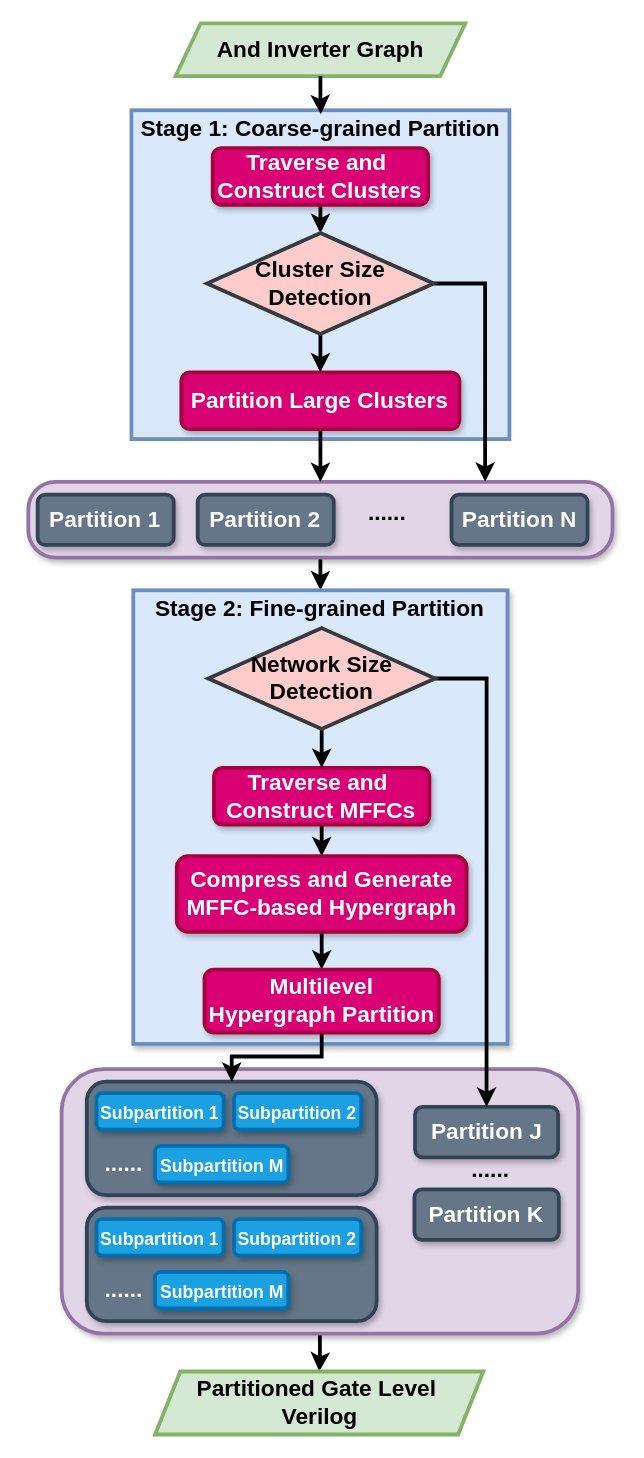
kxzhu0505/LogicSynOpt keeps this draw.io diagram as PartitionFlow.drawio. Above is the earlier version. Source tidied: cells renumbered, new cells numbered last; positions are measured from the earlier drawing's top-left corner, leaving out a move shared by most shapes. Both pictures are drawn from the tidied source at 126%, with x=0, y=0 at pixel (28, 23).
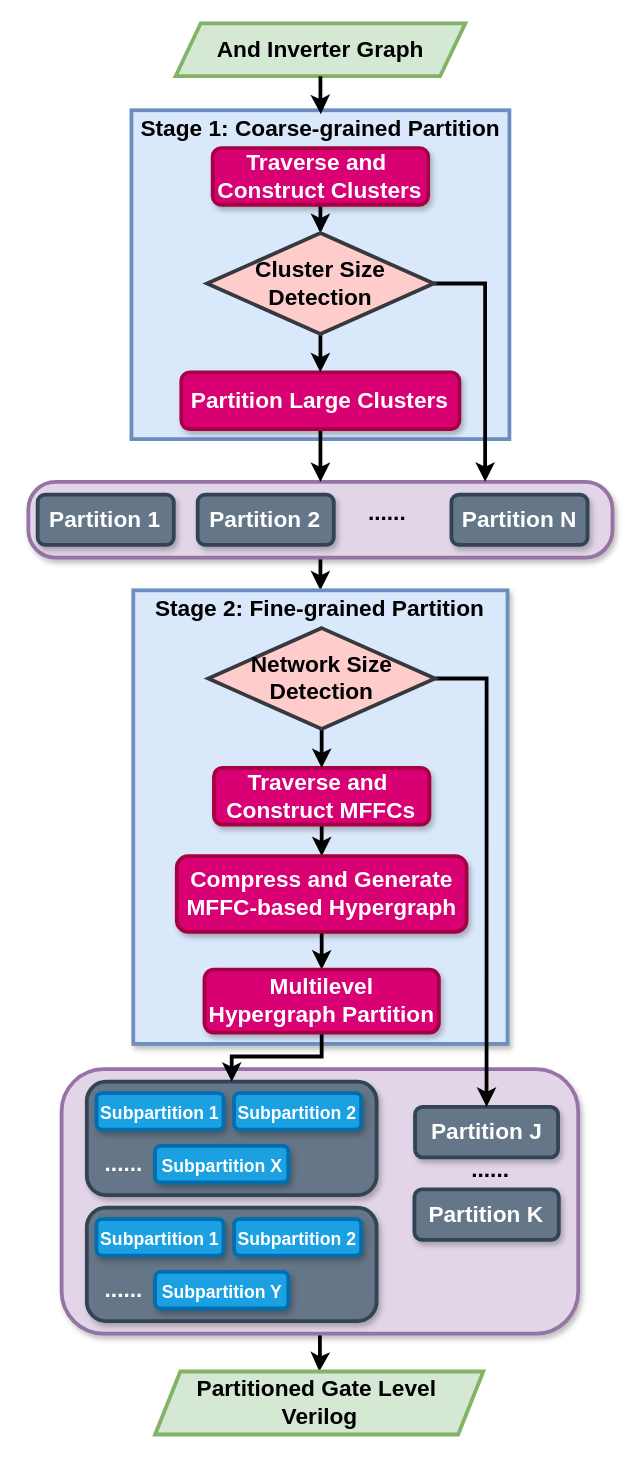
After the change.

What changed in the source:
```diff
@@
-    <mxCell id="40" value="&lt;font face=&quot;Helvetica&quot; style=&quot;font-size: 14px;&quot;&gt;Subpartition M&lt;/font&gt;" style="rounded=1;whiteSpace=wrap;html=1;fillColor=#1ba1e2;strokeColor=#006EAF;fontStyle=1;fontSize=18;strokeWidth=3;shadow=1;fontColor=#ffffff;" parent="1" vertex="1">
+    <mxCell id="40" value="&lt;font face=&quot;Helvetica&quot; style=&quot;font-size: 14px;&quot;&gt;Subpartition X&lt;/font&gt;" style="rounded=1;whiteSpace=wrap;html=1;fillColor=#1ba1e2;strokeColor=#006EAF;fontStyle=1;fontSize=18;strokeWidth=3;shadow=1;fontColor=#ffffff;" parent="1" vertex="1">
       <mxGeometry x="100.6" y="891" width="105.7" height="29" as="geometry" />
     </mxCell>
@@
-    <mxCell id="45" value="&lt;font face=&quot;Helvetica&quot; style=&quot;font-size: 14px;&quot;&gt;Subpartition M&lt;/font&gt;" style="rounded=1;whiteSpace=wrap;html=1;fillColor=#1ba1e2;strokeColor=#006EAF;fontStyle=1;fontSize=18;strokeWidth=3;shadow=1;fontColor=#ffffff;" parent="1" vertex="1">
+    <mxCell id="45" value="&lt;font face=&quot;Helvetica&quot; style=&quot;font-size: 14px;&quot;&gt;Subpartition Y&lt;/font&gt;" style="rounded=1;whiteSpace=wrap;html=1;fillColor=#1ba1e2;strokeColor=#006EAF;fontStyle=1;fontSize=18;strokeWidth=3;shadow=1;fontColor=#ffffff;" parent="1" vertex="1">
       <mxGeometry x="100.6" y="991" width="105.7" height="29" as="geometry" />
     </mxCell>
```
